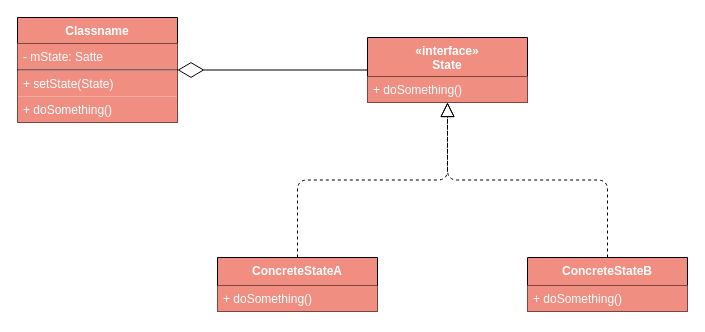
The draw.io diagram docs/drawio/State.drawio in CodePoem/VDesignPatterns, before the edit. Source tidied: cells renumbered, new cells numbered last; positions are measured from the earlier drawing's top-left corner, leaving out a move shared by most shapes. Both pictures are drawn from the tidied source at 100%, with x=0, y=0 at pixel (17, 17).
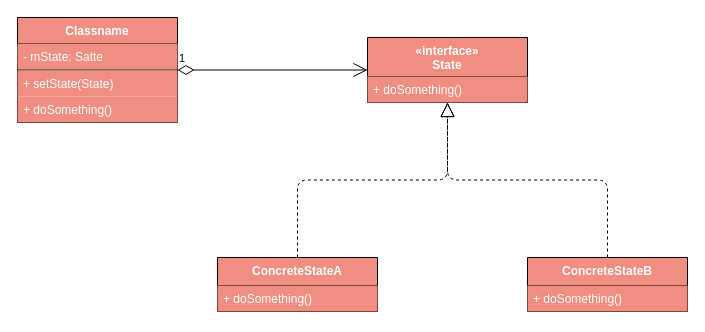
After the change.

Change to the diagram source:
```diff
@@
 <mxGraphModel>
   <root>
     <mxCell id="0" />
     <mxCell id="1" parent="0" />
     <mxCell id="2" value="«interface»&#10;State" style="swimlane;fontStyle=1;align=center;verticalAlign=top;horizontal=1;startSize=39;fillColor=#F08E81;fontColor=#FFFFFF;" parent="1" vertex="1">
       <mxGeometry x="350" y="20" width="160" height="65" as="geometry" />
     </mxCell>
     <mxCell id="3" value="+ doSomething()" style="text;strokeColor=none;fillColor=#F08E81;align=left;verticalAlign=top;spacingLeft=4;spacingRight=4;overflow=hidden;fontColor=#FFFFFF;" parent="2" vertex="1">
       <mxGeometry y="39" width="160" height="26" as="geometry" />
     </mxCell>
     <mxCell id="4" value="ConcreteStateA" style="swimlane;fontStyle=1;align=center;verticalAlign=top;horizontal=1;startSize=28;fillColor=#F08E81;fontColor=#FFFFFF;" parent="1" vertex="1">
       <mxGeometry x="200" y="240" width="160" height="54" as="geometry" />
     </mxCell>
     <mxCell id="5" value="+ doSomething()" style="text;strokeColor=none;fillColor=#F08E81;align=left;verticalAlign=top;spacingLeft=4;spacingRight=4;overflow=hidden;fontColor=#FFFFFF;" parent="4" vertex="1">
       <mxGeometry y="28" width="160" height="26" as="geometry" />
     </mxCell>
     <mxCell id="6" value="ConcreteStateB&#10;" style="swimlane;fontStyle=1;align=center;verticalAlign=top;horizontal=1;startSize=28;fillColor=#F08E81;fontColor=#FFFFFF;" parent="1" vertex="1">
       <mxGeometry x="510" y="240" width="160" height="54" as="geometry" />
     </mxCell>
     <mxCell id="7" value="+ doSomething()" style="text;strokeColor=none;fillColor=#F08E81;align=left;verticalAlign=top;spacingLeft=4;spacingRight=4;overflow=hidden;fontColor=#FFFFFF;" parent="6" vertex="1">
       <mxGeometry y="28" width="160" height="26" as="geometry" />
     </mxCell>
     <mxCell id="8" style="endArrow=block;dashed=1;endFill=0;endSize=12;html=1;fontColor=#FFFFFF;entryX=0.5;entryY=1;entryDx=0;entryDy=0;exitX=0.5;exitY=0;exitDx=0;exitDy=0;edgeStyle=orthogonalEdgeStyle;" parent="1" edge="1" source="4" target="2">
       <mxGeometry relative="1" as="geometry" />
     </mxCell>
     <mxCell id="9" style="endArrow=block;dashed=1;endFill=0;endSize=12;html=1;fontColor=#FFFFFF;entryX=0.5;entryY=1;entryDx=0;entryDy=0;exitX=0.5;exitY=0;exitDx=0;exitDy=0;edgeStyle=orthogonalEdgeStyle;" parent="1" edge="1" source="6" target="2">
       <mxGeometry relative="1" as="geometry" />
     </mxCell>
     <mxCell id="10" value="Classname" style="swimlane;fontStyle=1;align=center;verticalAlign=top;horizontal=1;startSize=26;fillColor=#F08E81;fontColor=#FFFFFF;" parent="1" vertex="1">
       <mxGeometry width="160" height="105" as="geometry" />
     </mxCell>
     <mxCell id="11" value="- mState: Satte&#10;" style="text;strokeColor=none;fillColor=#F08E81;align=left;verticalAlign=top;spacingLeft=4;spacingRight=4;overflow=hidden;fontColor=#FFFFFF;" parent="10" vertex="1">
       <mxGeometry y="26" width="160" height="26" as="geometry" />
     </mxCell>
     <mxCell id="12" style="line;strokeWidth=1;fillColor=#F08E81;align=left;verticalAlign=middle;spacingTop=-1;spacingLeft=3;spacingRight=3;labelPosition=right;fontColor=#FFFFFF;" parent="10" vertex="1">
       <mxGeometry y="52" width="160" height="1" as="geometry" />
     </mxCell>
     <mxCell id="13" value="+ setState(State)" style="text;strokeColor=none;fillColor=#F08E81;align=left;verticalAlign=top;spacingLeft=4;spacingRight=4;overflow=hidden;fontColor=#FFFFFF;" parent="10" vertex="1">
       <mxGeometry y="53" width="160" height="26" as="geometry" />
     </mxCell>
     <mxCell id="14" value="+ doSomething()" style="text;strokeColor=none;fillColor=#F08E81;align=left;verticalAlign=top;spacingLeft=4;spacingRight=4;overflow=hidden;fontColor=#FFFFFF;" parent="10" vertex="1">
       <mxGeometry y="79" width="160" height="26" as="geometry" />
     </mxCell>
-    <mxCell id="15" style="endArrow=diamondThin;endFill=0;endSize=24;html=1;fontColor=#FFFFFF;entryX=1;entryY=0.5;entryDx=0;entryDy=0;exitX=0;exitY=0.5;exitDx=0;exitDy=0;" parent="1" edge="1" source="2" target="10">
-      <mxGeometry relative="1" as="geometry" />
-    </mxCell>
+    <mxCell id="16" value="1" style="endArrow=open;html=1;endSize=12;startArrow=diamondThin;startSize=14;startFill=0;edgeStyle=orthogonalEdgeStyle;align=left;verticalAlign=bottom;fontColor=#000000;exitX=1;exitY=0.5;exitDx=0;exitDy=0;entryX=0;entryY=0.5;entryDx=0;entryDy=0;" parent="1" edge="1" source="10" target="2">
+      <mxGeometry x="-1" y="3" relative="1" as="geometry" />
+    </mxCell>
   </root>
 </mxGraphModel>
```
